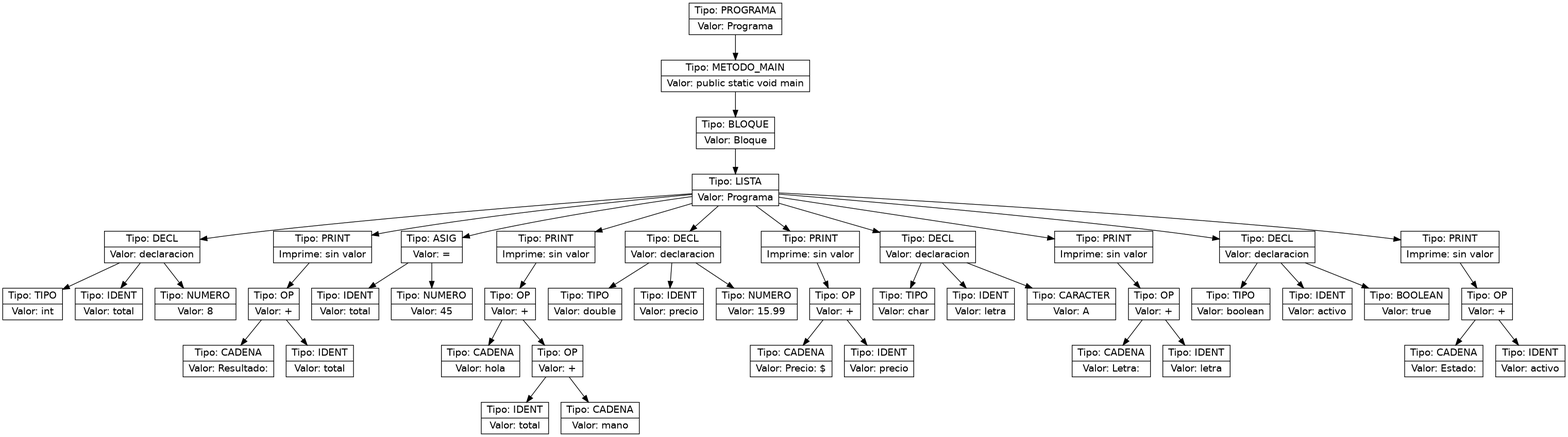
Earlier version of the Graphviz export ast.png (Farot30/OLC2_2s2025_P2_202307820). Its source is kept beside it as ast.dot.
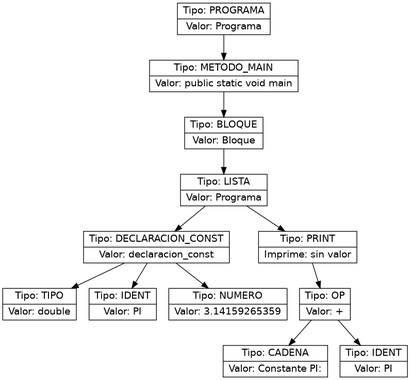
The same diagram one commit later.

Diff of the diagram source:
```diff
@@ -1,92 +1,26 @@
 digraph AST {
   node [shape=record,fontname="Helvetica"];
-  n0x5703c6ddf650 [label="{Tipo: PROGRAMA|Valor: Programa}"];
-  n0x5703c6ddf650 -> n0x5703c6e692f0;
-  n0x5703c6e692f0 [label="{Tipo: METODO_MAIN|Valor: public static void main}"];
-  n0x5703c6e692f0 -> n0x5703c6e34a30;
-  n0x5703c6e34a30 [label="{Tipo: BLOQUE|Valor: Bloque}"];
-  n0x5703c6e34a30 -> n0x5703c6e8a460;
-  n0x5703c6e8a460 [label="{Tipo: LISTA|Valor: Programa}"];
-  n0x5703c6e8a460 -> n0x5703c6e40eb0;
-  n0x5703c6e40eb0 [label="{Tipo: DECL|Valor: declaracion}"];
-  n0x5703c6e40eb0 -> n0x5703c6df86c0;
-  n0x5703c6df86c0 [label="{Tipo: TIPO|Valor: int}"];
-  n0x5703c6e40eb0 -> n0x5703c6e685e0;
-  n0x5703c6e685e0 [label="{Tipo: IDENT|Valor: total}"];
-  n0x5703c6e40eb0 -> n0x5703c6c06e20;
-  n0x5703c6c06e20 [label="{Tipo: NUMERO|Valor: 8}"];
-  n0x5703c6e8a460 -> n0x5703c6dc5330;
-  n0x5703c6dc5330 [label="{Tipo: PRINT|Imprime: sin valor}"];
-  n0x5703c6dc5330 -> n0x5703c6ddb630;
-  n0x5703c6ddb630 [label="{Tipo: OP|Valor: +}"];
-  n0x5703c6ddb630 -> n0x5703c6df6a20;
-  n0x5703c6df6a20 [label="{Tipo: CADENA|Valor: Resultado: }"];
-  n0x5703c6ddb630 -> n0x5703c6e4f6f0;
-  n0x5703c6e4f6f0 [label="{Tipo: IDENT|Valor: total}"];
-  n0x5703c6e8a460 -> n0x5703c6df7b30;
-  n0x5703c6df7b30 [label="{Tipo: ASIG|Valor: =}"];
-  n0x5703c6df7b30 -> n0x5703c6fa6e80;
-  n0x5703c6fa6e80 [label="{Tipo: IDENT|Valor: total}"];
-  n0x5703c6df7b30 -> n0x5703c6e691b0;
-  n0x5703c6e691b0 [label="{Tipo: NUMERO|Valor: 45}"];
-  n0x5703c6e8a460 -> n0x5703c6e4f290;
-  n0x5703c6e4f290 [label="{Tipo: PRINT|Imprime: sin valor}"];
-  n0x5703c6e4f290 -> n0x5703c6e34a80;
-  n0x5703c6e34a80 [label="{Tipo: OP|Valor: +}"];
-  n0x5703c6e34a80 -> n0x5703c6feac10;
-  n0x5703c6feac10 [label="{Tipo: CADENA|Valor: hola}"];
-  n0x5703c6e34a80 -> n0x5703c6f4f1f0;
-  n0x5703c6f4f1f0 [label="{Tipo: OP|Valor: +}"];
-  n0x5703c6f4f1f0 -> n0x5703c6e686d0;
-  n0x5703c6e686d0 [label="{Tipo: IDENT|Valor: total}"];
-  n0x5703c6f4f1f0 -> n0x5703c6e40d20;
-  n0x5703c6e40d20 [label="{Tipo: CADENA|Valor: mano}"];
-  n0x5703c6e8a460 -> n0x5703c6bfce10;
-  n0x5703c6bfce10 [label="{Tipo: DECL|Valor: declaracion}"];
-  n0x5703c6bfce10 -> n0x5703c6d7e7b0;
-  n0x5703c6d7e7b0 [label="{Tipo: TIPO|Valor: double}"];
-  n0x5703c6bfce10 -> n0x5703c6f4eae0;
-  n0x5703c6f4eae0 [label="{Tipo: IDENT|Valor: precio}"];
-  n0x5703c6bfce10 -> n0x5703c6c0ab70;
-  n0x5703c6c0ab70 [label="{Tipo: NUMERO|Valor: 15.99}"];
-  n0x5703c6e8a460 -> n0x5703c6de0030;
-  n0x5703c6de0030 [label="{Tipo: PRINT|Imprime: sin valor}"];
-  n0x5703c6de0030 -> n0x5703c6ddd490;
-  n0x5703c6ddd490 [label="{Tipo: OP|Valor: +}"];
-  n0x5703c6ddd490 -> n0x5703c6c238c0;
-  n0x5703c6c238c0 [label="{Tipo: CADENA|Valor: Precio: $}"];
-  n0x5703c6ddd490 -> n0x5703c6e34990;
-  n0x5703c6e34990 [label="{Tipo: IDENT|Valor: precio}"];
-  n0x5703c6e8a460 -> n0x5703c6c1a8e0;
-  n0x5703c6c1a8e0 [label="{Tipo: DECL|Valor: declaracion}"];
-  n0x5703c6c1a8e0 -> n0x5703c6dca150;
-  n0x5703c6dca150 [label="{Tipo: TIPO|Valor: char}"];
-  n0x5703c6c1a8e0 -> n0x5703c6c20840;
-  n0x5703c6c20840 [label="{Tipo: IDENT|Valor: letra}"];
-  n0x5703c6c1a8e0 -> n0x5703c6e61300;
-  n0x5703c6e61300 [label="{Tipo: CARACTER|Valor: A}"];
-  n0x5703c6e8a460 -> n0x5703c6c27130;
-  n0x5703c6c27130 [label="{Tipo: PRINT|Imprime: sin valor}"];
-  n0x5703c6c27130 -> n0x5703c6e37290;
-  n0x5703c6e37290 [label="{Tipo: OP|Valor: +}"];
-  n0x5703c6e37290 -> n0x5703c6f3b040;
-  n0x5703c6f3b040 [label="{Tipo: CADENA|Valor: Letra: }"];
-  n0x5703c6e37290 -> n0x5703c6e68a40;
-  n0x5703c6e68a40 [label="{Tipo: IDENT|Valor: letra}"];
-  n0x5703c6e8a460 -> n0x5703c6dd9530;
-  n0x5703c6dd9530 [label="{Tipo: DECL|Valor: declaracion}"];
-  n0x5703c6dd9530 -> n0x5703c6c26920;
-  n0x5703c6c26920 [label="{Tipo: TIPO|Valor: boolean}"];
-  n0x5703c6dd9530 -> n0x5703c700f200;
-  n0x5703c700f200 [label="{Tipo: IDENT|Valor: activo}"];
-  n0x5703c6dd9530 -> n0x5703c6e689f0;
-  n0x5703c6e689f0 [label="{Tipo: BOOLEAN|Valor: true}"];
-  n0x5703c6e8a460 -> n0x5703c6dbef00;
-  n0x5703c6dbef00 [label="{Tipo: PRINT|Imprime: sin valor}"];
-  n0x5703c6dbef00 -> n0x5703c6dc60d0;
-  n0x5703c6dc60d0 [label="{Tipo: OP|Valor: +}"];
-  n0x5703c6dc60d0 -> n0x5703c6de84e0;
-  n0x5703c6de84e0 [label="{Tipo: CADENA|Valor: Estado: }"];
-  n0x5703c6dc60d0 -> n0x5703c6d787d0;
-  n0x5703c6d787d0 [label="{Tipo: IDENT|Valor: activo}"];
+  n0x581b94d80f30 [label="{Tipo: PROGRAMA|Valor: Programa}"];
+  n0x581b94d80f30 -> n0x581b949fbad0;
+  n0x581b949fbad0 [label="{Tipo: METODO_MAIN|Valor: public static void main}"];
+  n0x581b949fbad0 -> n0x581b94a11c00;
+  n0x581b94a11c00 [label="{Tipo: BLOQUE|Valor: Bloque}"];
+  n0x581b94a11c00 -> n0x581b94a15640;
+  n0x581b94a15640 [label="{Tipo: LISTA|Valor: Programa}"];
+  n0x581b94a15640 -> n0x581b94a179e0;
+  n0x581b94a179e0 [label="{Tipo: DECLARACION_CONST|Valor: declaracion_const}"];
+  n0x581b94a179e0 -> n0x581b94c7a3b0;
+  n0x581b94c7a3b0 [label="{Tipo: TIPO|Valor: double}"];
+  n0x581b94a179e0 -> n0x581b94d72e90;
+  n0x581b94d72e90 [label="{Tipo: IDENT|Valor: PI}"];
+  n0x581b94a179e0 -> n0x581b94d80430;
+  n0x581b94d80430 [label="{Tipo: NUMERO|Valor: 3.14159265359}"];
+  n0x581b94a15640 -> n0x581b949e1920;
+  n0x581b949e1920 [label="{Tipo: PRINT|Imprime: sin valor}"];
+  n0x581b949e1920 -> n0x581b94a176e0;
+  n0x581b94a176e0 [label="{Tipo: OP|Valor: +}"];
+  n0x581b94a176e0 -> n0x581b94a2af90;
+  n0x581b94a2af90 [label="{Tipo: CADENA|Valor: Constante PI: }"];
+  n0x581b94a176e0 -> n0x581b94c69ac0;
+  n0x581b94c69ac0 [label="{Tipo: IDENT|Valor: PI}"];
 }
```
